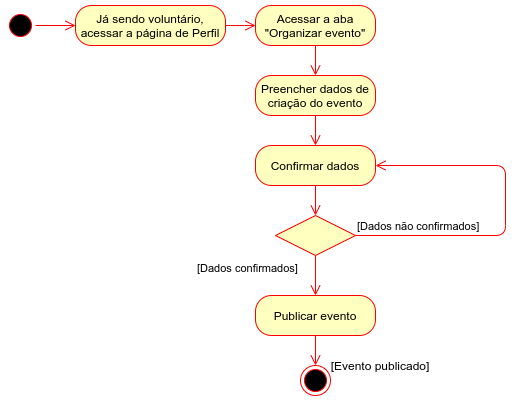
Before: docs/images/atividades_criar_eventos.png, a diagram exported from draw.io (UnBArqDsw2021-1/2021.1_G3_PetStop_docs). Source tidied: cells renumbered, new cells last; positions are measured from the earlier drawing's top-left corner, leaving out a move shared by most shapes.
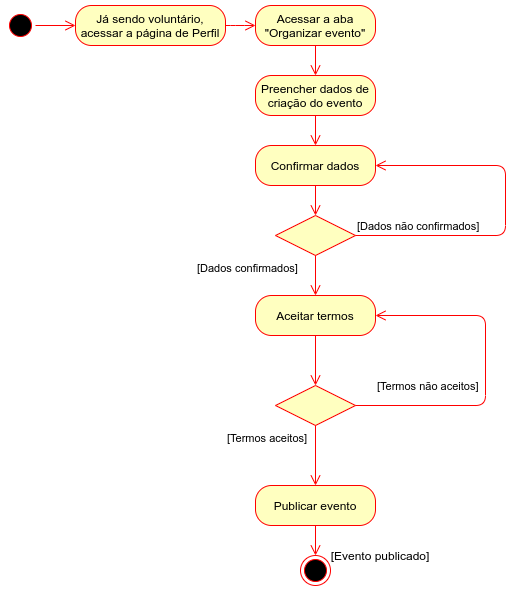
Later version of the same file.

Commit message:
Atualizaçao no fluxo de criar evento

What changed in the source:
```diff
@@ -50,11 +50,11 @@
       </mxGeometry>
     </mxCell>
     <mxCell id="12" value="Publicar evento" style="rounded=1;whiteSpace=wrap;html=1;arcSize=40;fontColor=#000000;fillColor=#ffffc0;strokeColor=#ff0000;" parent="1" vertex="1">
-      <mxGeometry x="250" y="290" width="120" height="40" as="geometry" />
+      <mxGeometry x="250" y="480" width="120" height="40" as="geometry" />
     </mxCell>
     <mxCell id="13" style="edgeStyle=orthogonalEdgeStyle;html=1;verticalAlign=bottom;endArrow=open;endSize=8;strokeColor=#ff0000;" parent="1" edge="1" source="12">
       <mxGeometry relative="1" as="geometry">
-        <mxPoint x="310" y="360" as="targetPoint" />
+        <mxPoint x="310" y="550" as="targetPoint" />
       </mxGeometry>
     </mxCell>
     <mxCell id="14" style="rhombus;whiteSpace=wrap;html=1;fillColor=#ffffc0;strokeColor=#ff0000;" parent="1" vertex="1">
@@ -68,14 +68,40 @@
         </Array>
       </mxGeometry>
     </mxCell>
-    <mxCell id="16" value="[Dados confirmados]" style="edgeStyle=orthogonalEdgeStyle;html=1;align=left;verticalAlign=top;endArrow=open;endSize=8;strokeColor=#ff0000;entryX=0.5;entryY=0;entryDx=0;entryDy=0;" parent="1" edge="1" source="14" target="12">
-      <mxGeometry x="-1" y="-120" relative="1" as="geometry" />
+    <mxCell id="16" value="[Dados confirmados]" style="edgeStyle=orthogonalEdgeStyle;html=1;align=left;verticalAlign=top;endArrow=open;endSize=8;strokeColor=#ff0000;exitX=0.5;exitY=1;exitDx=0;exitDy=0;" parent="1" edge="1" source="14">
+      <mxGeometry x="-1" y="-120" relative="1" as="geometry">
+        <mxPoint x="310" y="290" as="targetPoint" />
+      </mxGeometry>
     </mxCell>
     <mxCell id="17" style="ellipse;html=1;shape=endState;fillColor=#000000;strokeColor=#ff0000;" parent="1" vertex="1">
-      <mxGeometry x="295" y="360" width="30" height="30" as="geometry" />
+      <mxGeometry x="295" y="550" width="30" height="30" as="geometry" />
     </mxCell>
     <mxCell id="18" value="[Evento publicado]" style="text;html=1;strokeColor=none;fillColor=none;align=center;verticalAlign=middle;whiteSpace=wrap;rounded=0;" parent="1" vertex="1">
-      <mxGeometry x="315" y="350" width="120" height="20" as="geometry" />
+      <mxGeometry x="315" y="540" width="120" height="20" as="geometry" />
     </mxCell>
+    <mxCell id="19" value="Aceitar termos" style="rounded=1;whiteSpace=wrap;html=1;arcSize=40;fontColor=#000000;fillColor=#ffffc0;strokeColor=#ff0000;" parent="1" vertex="1">
+      <mxGeometry x="250" y="290" width="120" height="40" as="geometry" />
+    </mxCell>
+    <mxCell id="20" style="rhombus;whiteSpace=wrap;html=1;fillColor=#ffffc0;strokeColor=#ff0000;" parent="1" vertex="1">
+      <mxGeometry x="270" y="380" width="80" height="40" as="geometry" />
+    </mxCell>
+    <mxCell id="21" value="[Termos não aceitos]" style="edgeStyle=orthogonalEdgeStyle;html=1;align=left;verticalAlign=bottom;endArrow=open;endSize=8;strokeColor=#ff0000;entryX=1;entryY=0.5;entryDx=0;entryDy=0;" parent="1" edge="1" source="20" target="19">
+      <mxGeometry x="-0.88" y="10" relative="1" as="geometry">
+        <Array as="points">
+          <mxPoint x="480" y="400" />
+          <mxPoint x="480" y="310" />
+        </Array>
+      </mxGeometry>
+    </mxCell>
+    <mxCell id="22" value="[Termos aceitos]" style="edgeStyle=orthogonalEdgeStyle;html=1;align=left;verticalAlign=top;endArrow=open;endSize=8;strokeColor=#ff0000;" parent="1" edge="1" source="20">
+      <mxGeometry x="-1" y="-90" relative="1" as="geometry">
+        <mxPoint x="310" y="480" as="targetPoint" />
+      </mxGeometry>
+    </mxCell>
+    <mxCell id="23" style="edgeStyle=orthogonalEdgeStyle;html=1;verticalAlign=bottom;endArrow=open;endSize=8;strokeColor=#ff0000;entryX=0.5;entryY=0;entryDx=0;entryDy=0;" parent="1" edge="1" target="20">
+      <mxGeometry relative="1" as="geometry">
+        <mxPoint x="310" y="330" as="sourcePoint" />
+      </mxGeometry>
+    </mxCell>
   </root>
 </mxGraphModel>
```
